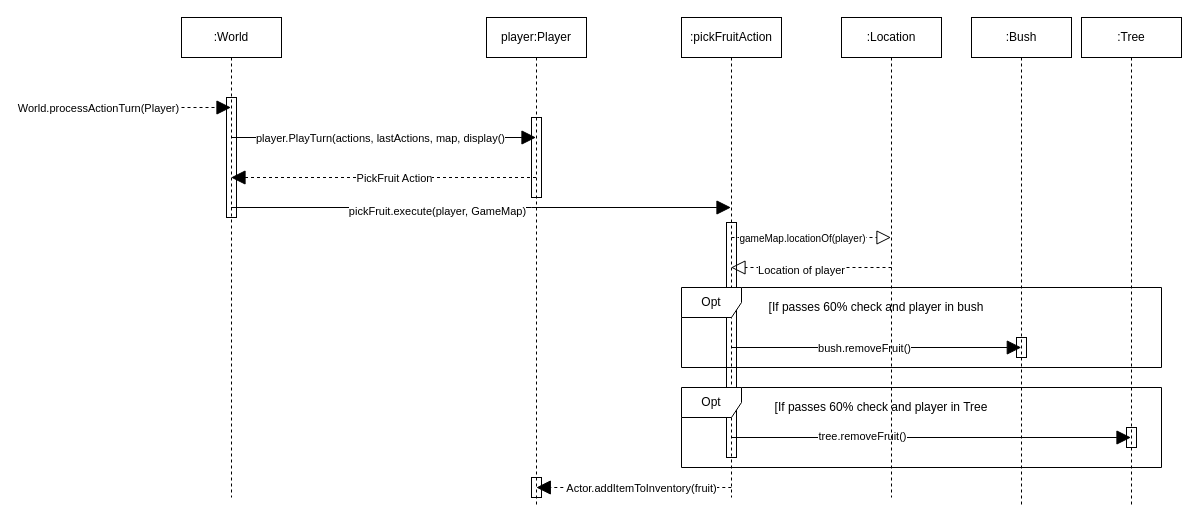
The draw.io diagram Diagrams/Sequence/PlayerPickFruit Sequence Diagram.drawio in Dax246/FIT2099, before the edit. Source tidied: cells renumbered, new cells numbered last; positions are measured from the earlier drawing's top-left corner, leaving out a move shared by most shapes. Both pictures are drawn from the tidied source at 100%, with x=0, y=0 at pixel (31, 17).
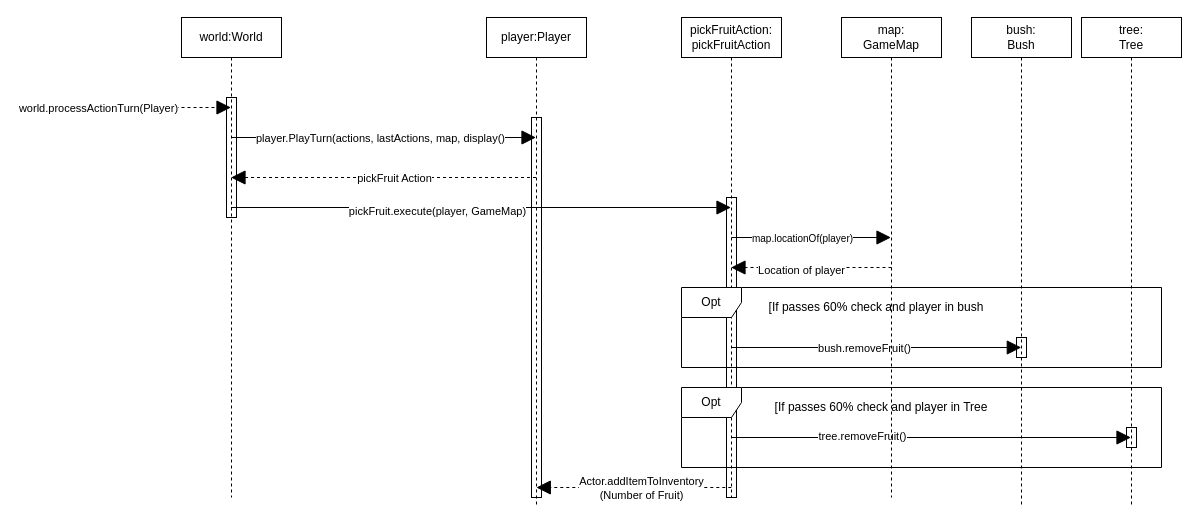
After the change.

Commit message (it also covers changes not shown here):
Added AttackDino and FeedFruit Sequence Diagrams, Finalised Breeding, PlayerPickFruit and AlloBehav sequence Diagrams

Unchanged cells that the change refers to:
```xml
<mxCell id="6" value="player:Player" style="shape=umlLifeline;perimeter=lifelinePerimeter;whiteSpace=wrap;html=1;outlineConnect=0;" parent="1" vertex="1">
  <mxGeometry x="455" width="100" height="490" as="geometry" />
</mxCell>
<mxCell id="9" style="endArrow=block;dashed=1;endFill=1;endSize=12;html=1;" parent="1" edge="1" target="2">
  <mxGeometry relative="1" as="geometry">
    <mxPoint y="90" as="sourcePoint" />
  </mxGeometry>
</mxCell>
<mxCell id="11" style="endArrow=block;dashed=1;endFill=1;endSize=12;html=1;" parent="1" edge="1" source="6" target="2">
  <mxGeometry relative="1" as="geometry">
    <Array as="points">
      <mxPoint x="350" y="160" />
    </Array>
  </mxGeometry>
</mxCell>
<mxCell id="21" style="endArrow=block;dashed=1;endFill=1;endSize=12;html=1;snapToPoint=0;" parent="1" edge="1">
  <mxGeometry relative="1" as="geometry">
    <mxPoint x="699.8" y="470" as="sourcePoint" />
    <mxPoint x="504.8" y="470" as="targetPoint" />
  </mxGeometry>
</mxCell>
```

Diff of the diagram source:
```diff
@@
-    <mxCell id="2" value=":World" style="shape=umlLifeline;perimeter=lifelinePerimeter;whiteSpace=wrap;html=1;outlineConnect=0;" parent="1" vertex="1">
+    <mxCell id="2" value="world:World" style="shape=umlLifeline;perimeter=lifelinePerimeter;whiteSpace=wrap;html=1;outlineConnect=0;" parent="1" vertex="1">
       <mxGeometry x="150" width="100" height="480" as="geometry" />
     </mxCell>
@@
     <mxCell id="7" style="html=1;perimeter=orthogonalPerimeter;fillColor=none;" parent="6" vertex="1">
-      <mxGeometry x="45" y="100" width="10" height="80" as="geometry" />
+      <mxGeometry x="45" y="100" width="10" height="380" as="geometry" />
     </mxCell>
-    <mxCell id="8" style="html=1;perimeter=orthogonalPerimeter;fillColor=none;" parent="6" vertex="1">
-      <mxGeometry x="45" y="460" width="10" height="20" as="geometry" />
-    </mxCell>
@@
-    <mxCell id="10" value="World.processActionTurn(Player)" style="edgeLabel;html=1;align=center;verticalAlign=middle;" parent="9" vertex="1">
+    <mxCell id="10" value="world.processActionTurn(Player)" style="edgeLabel;html=1;align=center;verticalAlign=middle;" parent="9" vertex="1">
       <mxGeometry x="-0.58" relative="1" as="geometry">
         <mxPoint x="24" as="offset" />
       </mxGeometry>
     </mxCell>
@@
-    <mxCell id="12" value="PickFruit Action" style="edgeLabel;html=1;align=center;verticalAlign=middle;" parent="11" vertex="1">
+    <mxCell id="12" value="pickFruit Action" style="edgeLabel;html=1;align=center;verticalAlign=middle;" parent="11" vertex="1">
       <mxGeometry x="0.4" relative="1" as="geometry">
         <mxPoint x="72" as="offset" />
       </mxGeometry>
     </mxCell>
-    <mxCell id="13" value=":Bush" style="shape=umlLifeline;perimeter=lifelinePerimeter;whiteSpace=wrap;html=1;" parent="1" vertex="1">
+    <mxCell id="13" value="bush:&lt;br&gt;Bush" style="shape=umlLifeline;perimeter=lifelinePerimeter;whiteSpace=wrap;html=1;" parent="1" vertex="1">
       <mxGeometry x="940" width="100" height="490" as="geometry" />
     </mxCell>
-    <mxCell id="14" value=":Tree" style="shape=umlLifeline;perimeter=lifelinePerimeter;whiteSpace=wrap;html=1;outlineConnect=0;" parent="1" vertex="1">
+    <mxCell id="14" value="tree:&lt;br&gt;Tree" style="shape=umlLifeline;perimeter=lifelinePerimeter;whiteSpace=wrap;html=1;outlineConnect=0;" parent="1" vertex="1">
       <mxGeometry x="1050" width="100" height="490" as="geometry" />
     </mxCell>
-    <mxCell id="15" value=":pickFruitAction" style="shape=umlLifeline;perimeter=lifelinePerimeter;whiteSpace=wrap;html=1;outlineConnect=0;" parent="1" vertex="1">
+    <mxCell id="15" value="pickFruitAction:&lt;br&gt;pickFruitAction" style="shape=umlLifeline;perimeter=lifelinePerimeter;whiteSpace=wrap;html=1;outlineConnect=0;" parent="1" vertex="1">
       <mxGeometry x="650" width="100" height="480" as="geometry" />
     </mxCell>
-    <mxCell id="16" style="endArrow=block;dashed=1;endFill=0;endSize=12;html=1;" parent="15" edge="1" target="27">
+    <mxCell id="16" style="endArrow=block;endFill=1;endSize=12;html=1;" parent="15" edge="1" target="27">
       <mxGeometry relative="1" as="geometry">
         <mxPoint x="50" y="220" as="sourcePoint" />
       </mxGeometry>
     </mxCell>
-    <mxCell id="17" value="&lt;font style=&quot;font-size: 10px&quot;&gt;gameMap.locationOf(player)&lt;/font&gt;" style="edgeLabel;html=1;align=center;verticalAlign=middle;" parent="16" vertex="1">
+    <mxCell id="17" value="&lt;font style=&quot;font-size: 10px&quot;&gt;map.locationOf(player)&lt;/font&gt;" style="edgeLabel;html=1;align=center;verticalAlign=middle;" parent="16" vertex="1">
       <mxGeometry x="-0.26" y="2" relative="1" as="geometry">
         <mxPoint x="11" y="2" as="offset" />
       </mxGeometry>
     </mxCell>
@@
     <mxCell id="20" style="html=1;perimeter=orthogonalPerimeter;fillColor=none;" parent="15" vertex="1">
-      <mxGeometry x="45" y="205" width="10" height="235" as="geometry" />
+      <mxGeometry x="45" y="180" width="10" height="300" as="geometry" />
     </mxCell>
@@
-    <mxCell id="22" value="Actor.addItemToInventory(fruit)" style="edgeLabel;html=1;align=center;verticalAlign=middle;" parent="21" vertex="1">
+    <mxCell id="22" value="Actor.addItemToInventory&lt;br&gt;(Number of Fruit)" style="edgeLabel;html=1;align=center;verticalAlign=middle;" parent="21" vertex="1">
       <mxGeometry x="0.27" y="1" relative="1" as="geometry">
         <mxPoint x="34" y="-1" as="offset" />
       </mxGeometry>
     </mxCell>
@@
-    <mxCell id="27" value=":Location" style="shape=umlLifeline;perimeter=lifelinePerimeter;whiteSpace=wrap;html=1;outlineConnect=0;" parent="1" vertex="1">
+    <mxCell id="27" value="map:&lt;br&gt;GameMap" style="shape=umlLifeline;perimeter=lifelinePerimeter;whiteSpace=wrap;html=1;outlineConnect=0;" parent="1" vertex="1">
       <mxGeometry x="810" width="100" height="480" as="geometry" />
     </mxCell>
-    <mxCell id="28" style="endArrow=block;dashed=1;endFill=0;endSize=12;html=1;" parent="27" edge="1" target="15">
+    <mxCell id="28" style="endArrow=block;dashed=1;endFill=1;endSize=12;html=1;" parent="27" edge="1" target="15">
       <mxGeometry relative="1" as="geometry">
         <mxPoint x="50" y="250" as="sourcePoint" />
       </mxGeometry>
     </mxCell>
```
